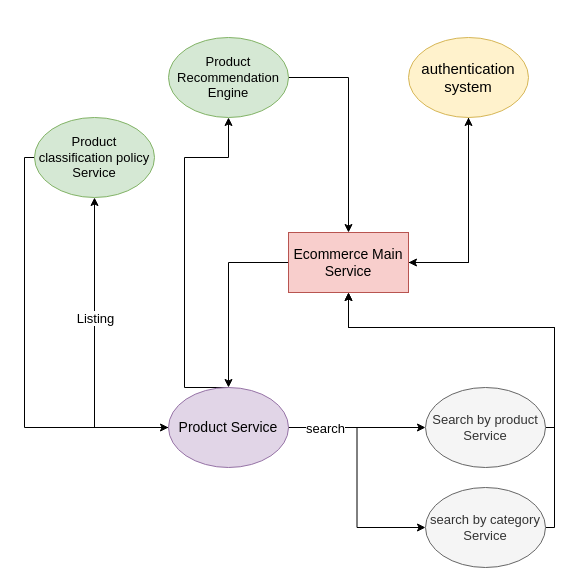
Above: microsevices_arch.drawio in ynstf/Molla-Shop-Platform (draw.io), before the change. Source tidied: cells renumbered, new cells numbered last; positions are measured from the earlier drawing's top-left corner, leaving out a move shared by most shapes. Both pictures are drawn from the tidied source at 100%, with x=0, y=0 at pixel (24, 37).
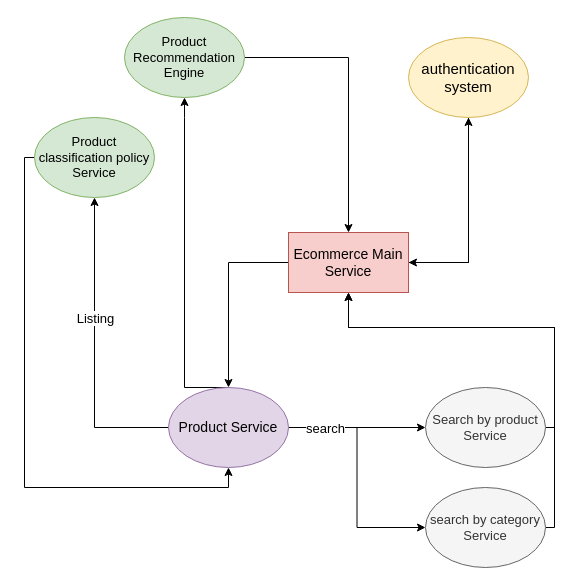
The same page after the edit.

Commit message:
Mettre à jour microsevices_arch.drawio

The change refers to these unchanged cells:
```xml
<mxCell id="13" value="&lt;font style=&quot;font-size: 14px;&quot;&gt;Product Service&lt;br&gt;&lt;/font&gt;" style="ellipse;whiteSpace=wrap;html=1;fillColor=#e1d5e7;strokeColor=#9673a6;" parent="1" vertex="1">
  <mxGeometry x="144" y="350" width="120" height="80" as="geometry" />
</mxCell>
<mxCell id="19" value="&lt;font style=&quot;font-size: 13px;&quot;&gt;Product classification policy Service&lt;br&gt;&lt;/font&gt;" style="ellipse;whiteSpace=wrap;html=1;fillColor=#d5e8d4;strokeColor=#82b366;" parent="1" vertex="1">
  <mxGeometry x="10" y="80" width="120" height="80" as="geometry" />
</mxCell>
```

The edit, as a diff of the source:
```diff
@@
     <mxCell id="12" style="edgeStyle=orthogonalEdgeStyle;rounded=0;jettySize=auto;html=1;exitX=0.5;exitY=0;exitDx=0;exitDy=0;entryX=0.5;entryY=1;entryDx=0;entryDy=0;" parent="1" edge="1" source="13" target="21">
       <mxGeometry relative="1" as="geometry">
         <Array as="points">
           <mxPoint x="160" y="350" />
-          <mxPoint x="160" y="120" />
-          <mxPoint x="204" y="120" />
+          <mxPoint x="160" y="80" />
         </Array>
       </mxGeometry>
     </mxCell>
@@
-    <mxCell id="18" style="edgeStyle=orthogonalEdgeStyle;rounded=0;jettySize=auto;html=1;exitX=0;exitY=0.5;exitDx=0;exitDy=0;entryX=0;entryY=0.5;entryDx=0;entryDy=0;" parent="1" edge="1" source="19" target="13">
+    <mxCell id="18" style="edgeStyle=orthogonalEdgeStyle;rounded=0;jettySize=auto;html=1;exitX=0;exitY=0.5;exitDx=0;exitDy=0;entryX=0.5;entryY=1;entryDx=0;entryDy=0;" parent="1" edge="1" source="19" target="13">
       <mxGeometry relative="1" as="geometry">
         <Array as="points">
           <mxPoint y="120" />
-          <mxPoint y="390" />
+          <mxPoint y="450" />
+          <mxPoint x="204" y="450" />
         </Array>
       </mxGeometry>
     </mxCell>
@@
     <mxCell id="21" value="&lt;font style=&quot;font-size: 13px;&quot;&gt;Product Recommendation Engine&lt;br&gt;&lt;/font&gt;" style="ellipse;whiteSpace=wrap;html=1;fillColor=#d5e8d4;strokeColor=#82b366;" parent="1" vertex="1">
-      <mxGeometry x="144" width="120" height="80" as="geometry" />
+      <mxGeometry x="100" y="-20" width="120" height="80" as="geometry" />
     </mxCell>
```
